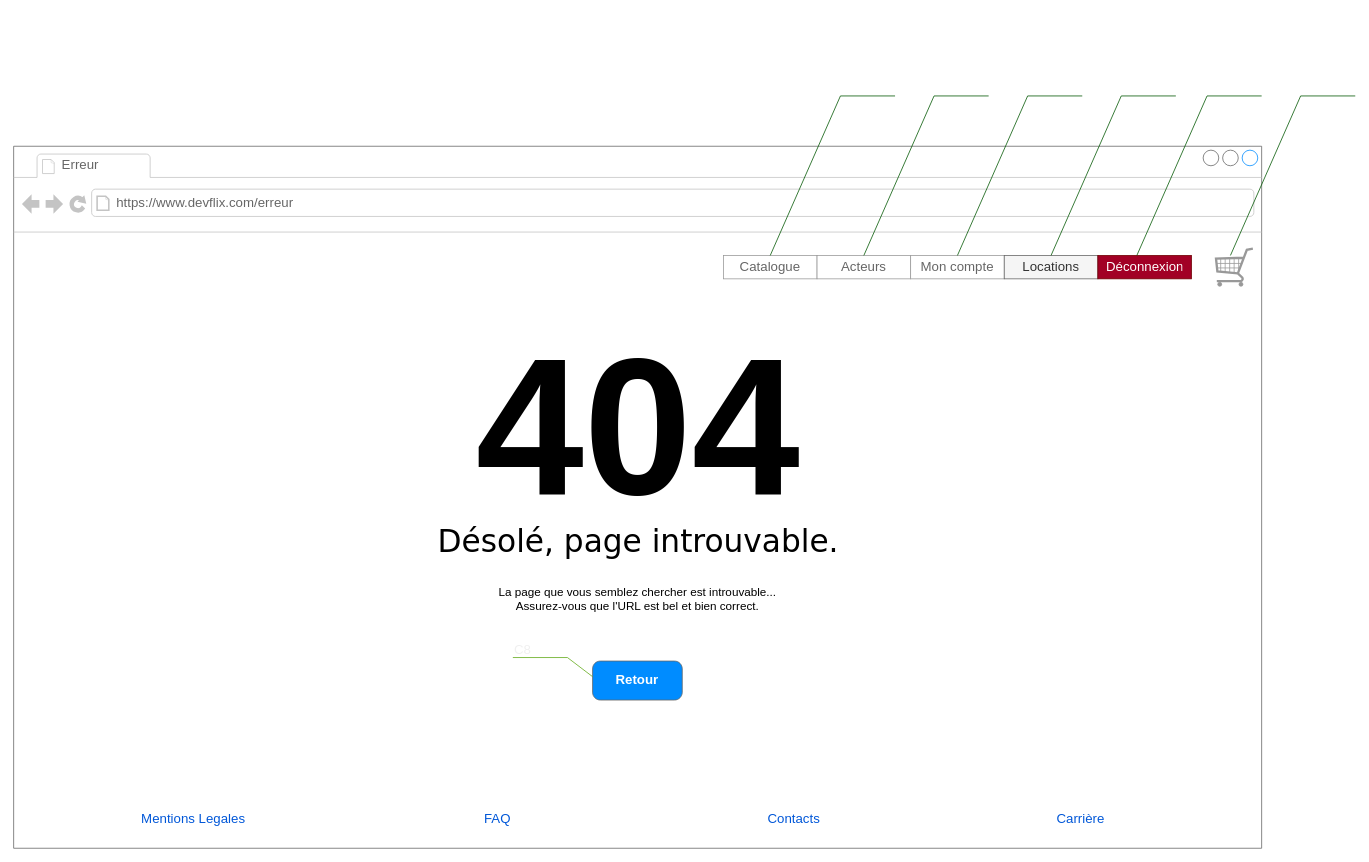
The draw.io diagram livrables/livrable3/Page-Erreur404.drawio in MapleCialys/Projet-modification-systeme, before the edit. Source tidied: cells renumbered, new cells numbered last; positions are measured from the earlier drawing's top-left corner, leaving out a move shared by most shapes. Both pictures are drawn from the tidied source at 78%, with x=0, y=0 at pixel (13, 76).
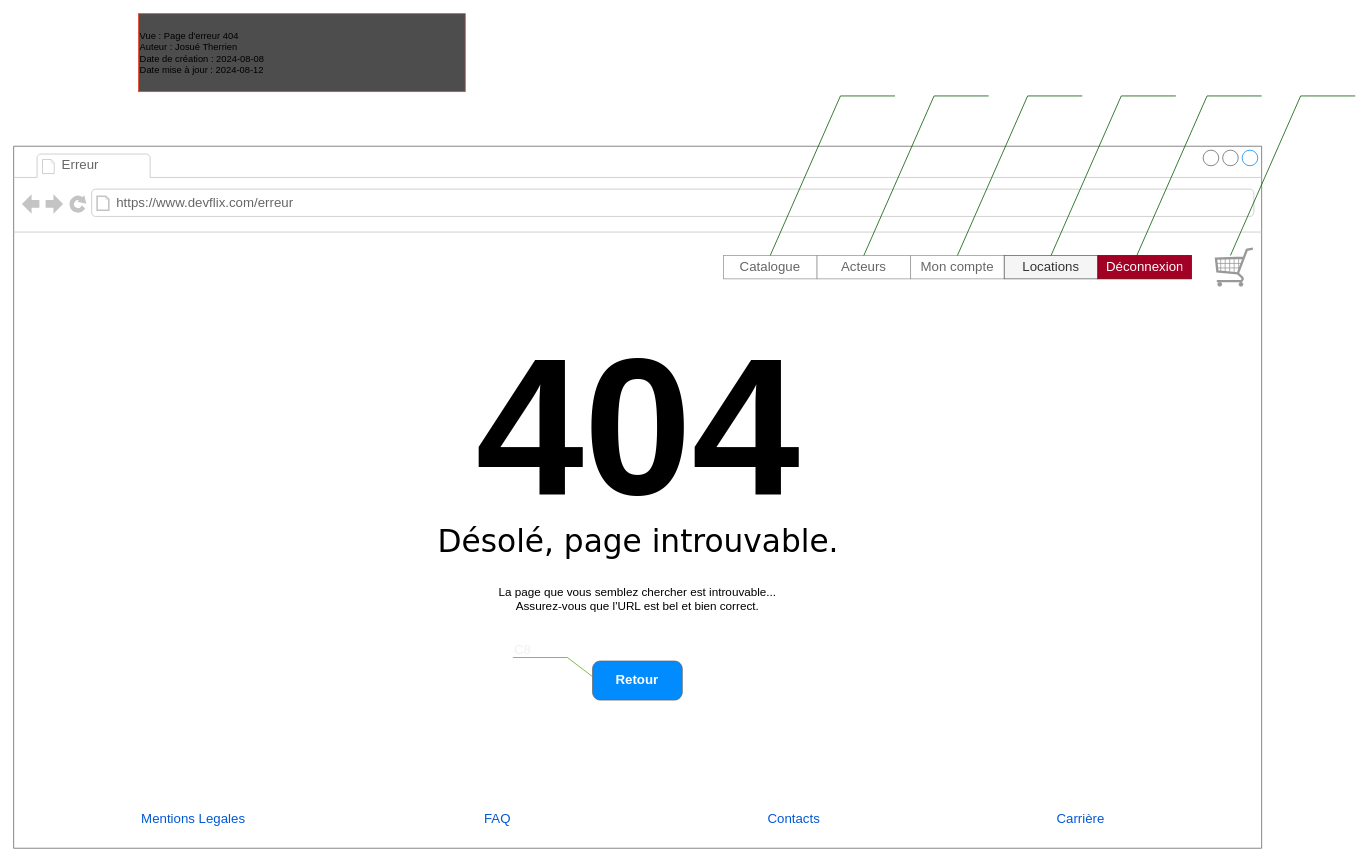
The same diagram, later.

Diff of the diagram source:
```diff
@@
+    <mxCell id="28" value="Vue : Page d'erreur 404&lt;br&gt;Auteur : Josué Therrien&lt;br&gt;Date de création : 2024-08-08&lt;br&gt;Date mise à jour : 2024-08-12" style="rounded=0;whiteSpace=wrap;html=1;align=left;fillColor=#4D4D4D;strokeColor=#F04624;" parent="1" vertex="1">
+      <mxGeometry x="160" y="-80" width="419" height="100" as="geometry" />
+    </mxCell>
```
